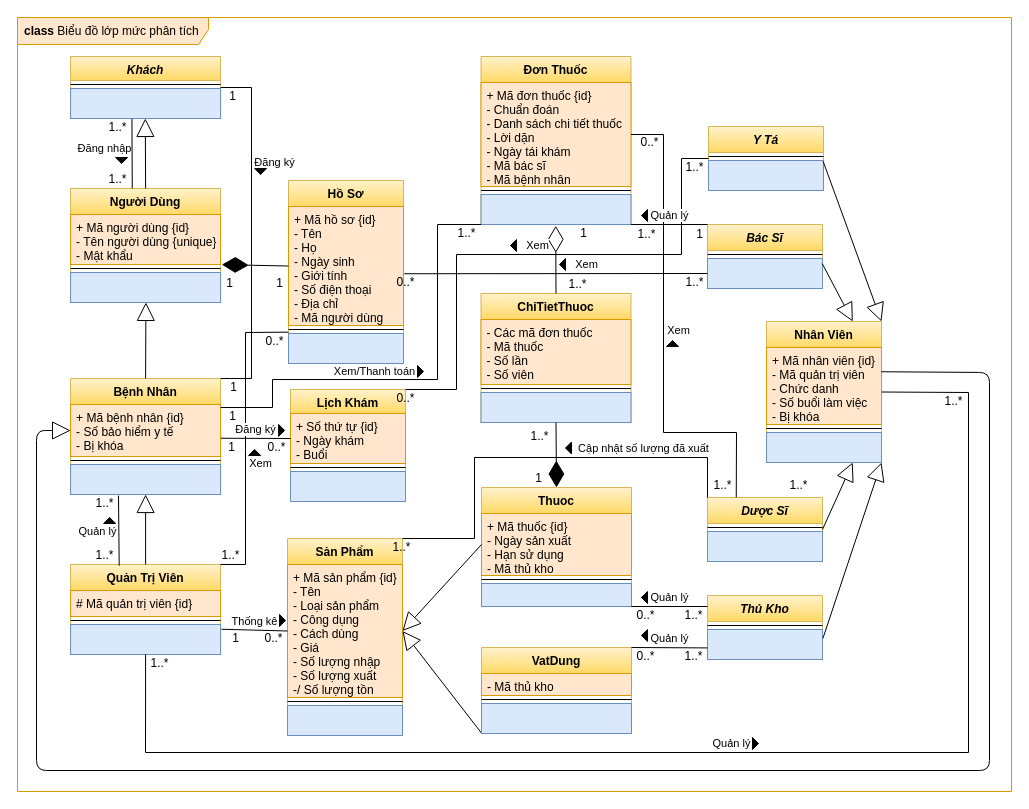
luclegen/medicine16 keeps this draw.io diagram as page "Basic Class" (2 of 8) of designs/medicine16.drawio. Above is the earlier version. Source tidied: cells renumbered, new cells numbered last; positions are measured from the earlier drawing's top-left corner, leaving out a move shared by most shapes. Both pictures are drawn from the tidied source at 100%, with x=0, y=0 at pixel (17, 17).
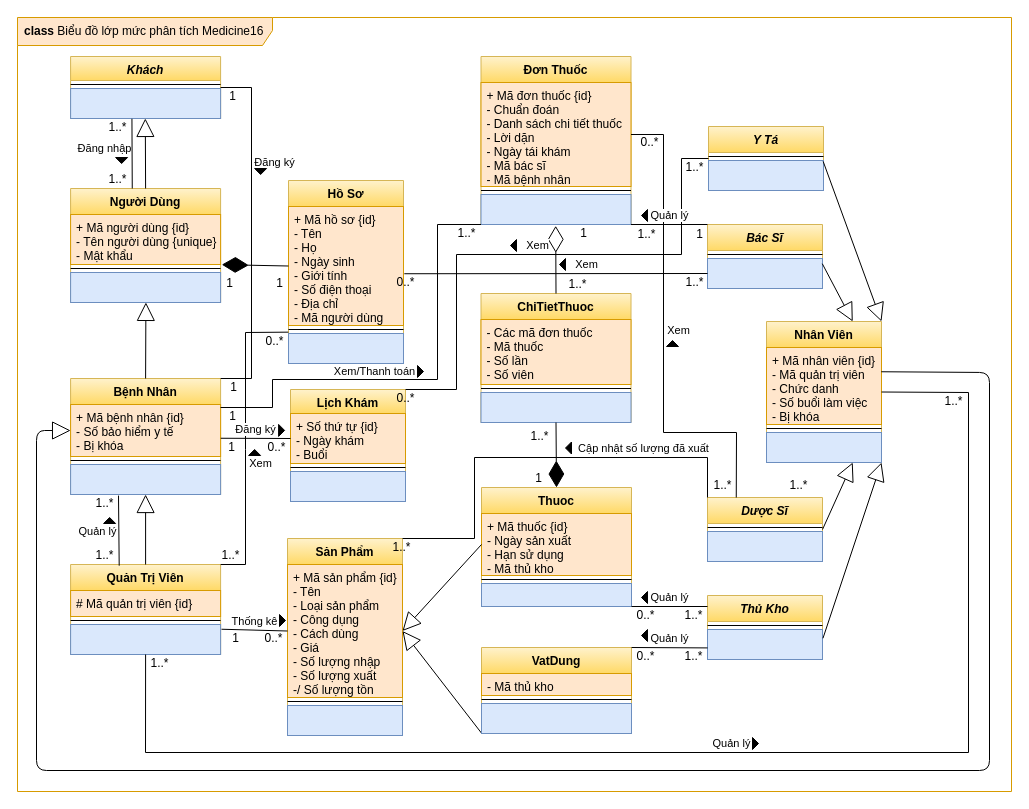
The same diagram, later.

Commit message:
Modify class Biểu đồ lớp mức phân tích Medicine16

What changed in the source:
```diff
@@
-    <mxCell id="2" value="class&lt;span style=&quot;font-weight: normal&quot;&gt; Biểu đồ lớp mức phân tích&lt;/span&gt;" style="shape=umlFrame;whiteSpace=wrap;html=1;width=191;height=27;boundedLbl=1;verticalAlign=middle;align=left;spacingLeft=5;fillColor=#ffe6cc;strokeColor=#d79b00;swimlaneFillColor=#FFFFFF;fontStyle=1;" parent="1" vertex="1">
+    <mxCell id="2" value="class&lt;span style=&quot;font-weight: normal&quot;&gt; Biểu đồ lớp mức phân tích Medicine16&lt;/span&gt;" style="shape=umlFrame;whiteSpace=wrap;html=1;width=255;height=28;boundedLbl=1;verticalAlign=middle;align=left;spacingLeft=5;fillColor=#ffe6cc;strokeColor=#d79b00;swimlaneFillColor=#FFFFFF;fontStyle=1;" parent="1" vertex="1">
       <mxGeometry width="994" height="774" as="geometry" />
     </mxCell>
```
